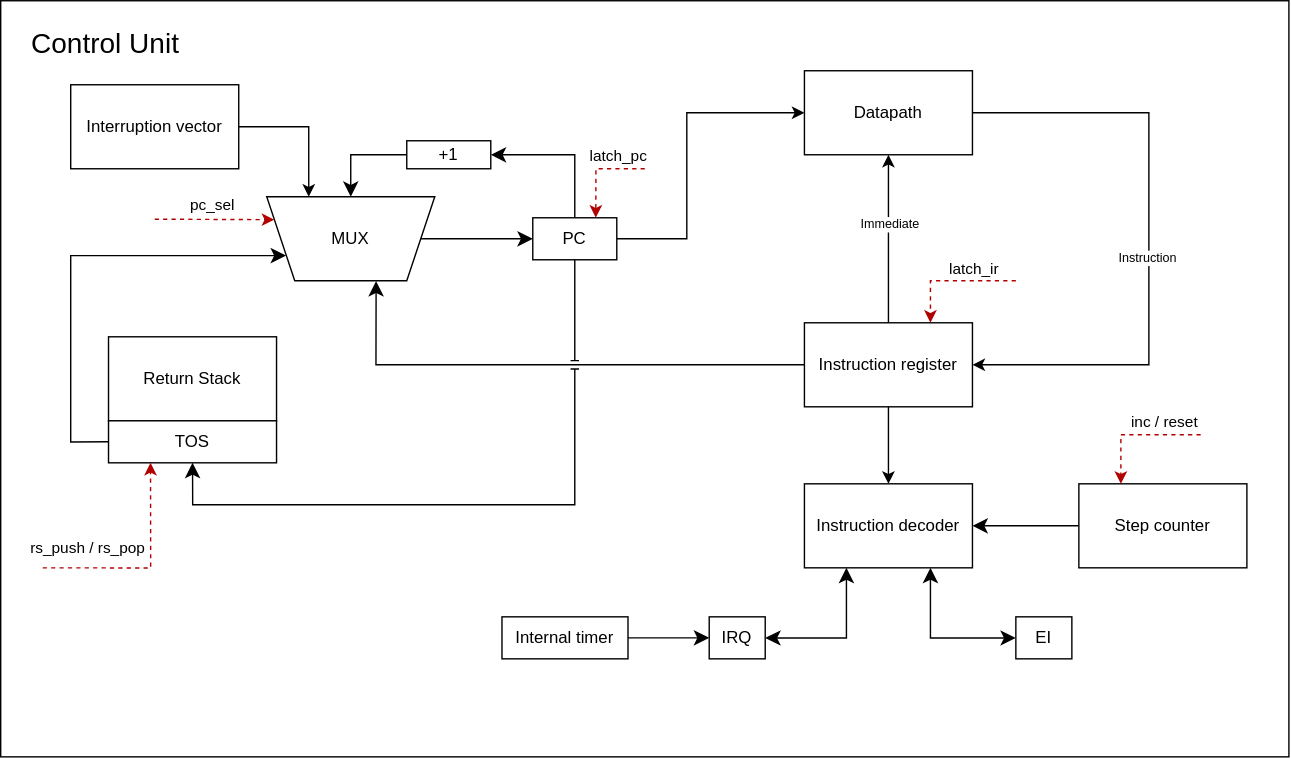
This is scheme/controlunit.svg from bbuubbblleeee/csa_lab4, a draw.io export, as it was before one commit. Source tidied: cells renumbered, new cells last; positions are measured from the earlier drawing's top-left corner, leaving out a move shared by most shapes. Its diagram source:
```xml
<mxGraphModel>
  <root>
    <mxCell id="0" />
    <mxCell id="1" parent="0" />
    <mxCell id="2" style="rounded=0;whiteSpace=wrap;html=1;" parent="1" vertex="1">
      <mxGeometry width="920" height="540" as="geometry" />
    </mxCell>
    <mxCell id="3" style="edgeStyle=orthogonalEdgeStyle;rounded=0;jettySize=auto;html=1;entryX=0.349;entryY=-0.004;entryDx=0;entryDy=0;fontSize=12;startSize=8;endSize=8;jumpStyle=line;shadow=0;flowAnimation=0;entryPerimeter=0;exitX=0;exitY=0.5;exitDx=0;exitDy=0;" parent="1" edge="1" source="7" target="17">
      <mxGeometry relative="1" as="geometry">
        <Array as="points">
          <mxPoint x="268" y="260" />
        </Array>
      </mxGeometry>
    </mxCell>
    <mxCell id="4" style="edgeStyle=orthogonalEdgeStyle;rounded=0;jettySize=auto;html=1;entryX=0.5;entryY=0;entryDx=0;entryDy=0;" parent="1" edge="1" source="7" target="14">
      <mxGeometry relative="1" as="geometry" />
    </mxCell>
    <mxCell id="5" style="edgeStyle=orthogonalEdgeStyle;rounded=0;jettySize=auto;html=1;entryX=0.5;entryY=1;entryDx=0;entryDy=0;" parent="1" edge="1" source="7" target="32">
      <mxGeometry relative="1" as="geometry" />
    </mxCell>
    <mxCell id="6" value="Immediate" style="edgeLabel;html=1;align=center;verticalAlign=middle;fontSize=9;" parent="5" vertex="1">
      <mxGeometry x="0.19" relative="1" as="geometry" />
    </mxCell>
    <mxCell id="7" value="Instruction register" style="rounded=0;whiteSpace=wrap;html=1;" parent="1" vertex="1">
      <mxGeometry x="574" y="230" width="120" height="60" as="geometry" />
    </mxCell>
    <mxCell id="8" style="edgeStyle=orthogonalEdgeStyle;rounded=0;jettySize=auto;html=1;exitX=0.5;exitY=0;exitDx=0;exitDy=0;fontSize=12;startSize=8;endSize=8;shadow=0;flowAnimation=0;entryX=1;entryY=0.5;entryDx=0;entryDy=0;" parent="1" edge="1" source="11" target="20">
      <mxGeometry relative="1" as="geometry">
        <Array as="points">
          <mxPoint x="410" y="110" />
        </Array>
      </mxGeometry>
    </mxCell>
    <mxCell id="9" style="edgeStyle=orthogonalEdgeStyle;rounded=0;jettySize=auto;html=1;entryX=0.5;entryY=1;entryDx=0;entryDy=0;fontSize=12;startSize=8;endSize=8;jumpStyle=line;shadow=0;flowAnimation=0;" parent="1" edge="1" source="11" target="29">
      <mxGeometry relative="1" as="geometry">
        <Array as="points">
          <mxPoint x="410" y="360" />
          <mxPoint x="137" y="360" />
        </Array>
      </mxGeometry>
    </mxCell>
    <mxCell id="10" style="edgeStyle=orthogonalEdgeStyle;rounded=0;jettySize=auto;html=1;entryX=0;entryY=0.5;entryDx=0;entryDy=0;" parent="1" edge="1" source="11" target="32">
      <mxGeometry relative="1" as="geometry">
        <Array as="points">
          <mxPoint x="490" y="170" />
          <mxPoint x="490" y="80" />
        </Array>
      </mxGeometry>
    </mxCell>
    <mxCell id="11" value="PC" style="rounded=0;whiteSpace=wrap;html=1;" parent="1" vertex="1">
      <mxGeometry x="380" y="155" width="60" height="30" as="geometry" />
    </mxCell>
    <mxCell id="12" value="Return Stack" style="rounded=0;whiteSpace=wrap;html=1;" parent="1" vertex="1">
      <mxGeometry x="77" y="240" width="120" height="60" as="geometry" />
    </mxCell>
    <mxCell id="13" style="edgeStyle=orthogonalEdgeStyle;rounded=0;jettySize=auto;html=1;entryX=0;entryY=0.5;entryDx=0;entryDy=0;fontSize=12;startSize=8;endSize=8;endArrow=none;endFill=0;startArrow=classic;startFill=1;shadow=0;flowAnimation=0;" parent="1" edge="1" source="14" target="15">
      <mxGeometry relative="1" as="geometry" />
    </mxCell>
    <mxCell id="14" value="Instruction decoder" style="rounded=0;whiteSpace=wrap;html=1;" parent="1" vertex="1">
      <mxGeometry x="574" y="345" width="120" height="60" as="geometry" />
    </mxCell>
    <mxCell id="15" value="Step counter" style="rounded=0;whiteSpace=wrap;html=1;" parent="1" vertex="1">
      <mxGeometry x="770" y="345" width="120" height="60" as="geometry" />
    </mxCell>
    <mxCell id="16" style="edgeStyle=orthogonalEdgeStyle;rounded=0;jettySize=auto;html=1;entryX=0;entryY=0.5;entryDx=0;entryDy=0;fontSize=12;startSize=8;endSize=8;shadow=0;flowAnimation=0;exitX=0;exitY=0.5;exitDx=0;exitDy=0;" parent="1" edge="1" source="17" target="11">
      <mxGeometry relative="1" as="geometry">
        <Array as="points">
          <mxPoint x="340" y="170" />
          <mxPoint x="340" y="170" />
        </Array>
      </mxGeometry>
    </mxCell>
    <mxCell id="17" value="MUX" style="shape=trapezoid;perimeter=trapezoidPerimeter;whiteSpace=wrap;html=1;fixedSize=1;direction=west;" parent="1" vertex="1">
      <mxGeometry x="190" y="140" width="120" height="60" as="geometry" />
    </mxCell>
    <mxCell id="18" style="edgeStyle=none;curved=1;rounded=0;orthogonalLoop=1;jettySize=auto;html=1;exitX=0.5;exitY=1;exitDx=0;exitDy=0;fontSize=12;startSize=8;endSize=8;shadow=0;flowAnimation=0;" parent="1" edge="1" source="17" target="17">
      <mxGeometry relative="1" as="geometry" />
    </mxCell>
    <mxCell id="19" style="edgeStyle=orthogonalEdgeStyle;rounded=0;jettySize=auto;html=1;entryX=0.5;entryY=1;entryDx=0;entryDy=0;fontSize=12;startSize=8;endSize=8;shadow=0;flowAnimation=0;exitX=0;exitY=0.5;exitDx=0;exitDy=0;" parent="1" edge="1" source="20" target="17">
      <mxGeometry relative="1" as="geometry" />
    </mxCell>
    <mxCell id="20" value="+1" style="rounded=0;whiteSpace=wrap;html=1;" parent="1" vertex="1">
      <mxGeometry x="290" y="100" width="60" height="20" as="geometry" />
    </mxCell>
    <mxCell id="21" style="edgeStyle=orthogonalEdgeStyle;rounded=0;jettySize=auto;html=1;entryX=0.25;entryY=1;entryDx=0;entryDy=0;fontSize=12;startSize=8;endSize=8;startArrow=classic;startFill=1;shadow=0;flowAnimation=0;" parent="1" edge="1" source="22" target="14">
      <mxGeometry relative="1" as="geometry" />
    </mxCell>
    <mxCell id="22" value="IRQ" style="rounded=0;whiteSpace=wrap;html=1;" parent="1" vertex="1">
      <mxGeometry x="506" y="440" width="40" height="30" as="geometry" />
    </mxCell>
    <mxCell id="23" style="edgeStyle=orthogonalEdgeStyle;rounded=0;jettySize=auto;html=1;entryX=0.75;entryY=1;entryDx=0;entryDy=0;fontSize=12;startSize=8;endSize=8;startArrow=classic;startFill=1;shadow=0;flowAnimation=0;" parent="1" edge="1" source="24" target="14">
      <mxGeometry relative="1" as="geometry" />
    </mxCell>
    <mxCell id="24" value="EI" style="rounded=0;whiteSpace=wrap;html=1;" parent="1" vertex="1">
      <mxGeometry x="725" y="440" width="40" height="30" as="geometry" />
    </mxCell>
    <mxCell id="25" style="edgeStyle=orthogonalEdgeStyle;rounded=0;jettySize=auto;html=1;fontSize=12;startSize=8;endSize=8;shadow=0;flowAnimation=0;" parent="1" edge="1" source="26" target="22">
      <mxGeometry relative="1" as="geometry" />
    </mxCell>
    <mxCell id="26" value="Internal timer" style="rounded=0;whiteSpace=wrap;html=1;" parent="1" vertex="1">
      <mxGeometry x="358" y="440" width="90" height="30" as="geometry" />
    </mxCell>
    <mxCell id="27" value="Interruption vector" style="rounded=0;whiteSpace=wrap;html=1;" parent="1" vertex="1">
      <mxGeometry x="50" y="60" width="120" height="60" as="geometry" />
    </mxCell>
    <mxCell id="28" style="edgeStyle=orthogonalEdgeStyle;rounded=0;jettySize=auto;html=1;entryX=1;entryY=0.25;entryDx=0;entryDy=0;fontSize=12;startSize=8;endSize=8;shadow=0;flowAnimation=0;exitX=0;exitY=0.5;exitDx=0;exitDy=0;" parent="1" edge="1" source="29" target="17">
      <mxGeometry relative="1" as="geometry">
        <Array as="points">
          <mxPoint x="50" y="315" />
          <mxPoint x="50" y="182" />
          <mxPoint x="204" y="182" />
        </Array>
      </mxGeometry>
    </mxCell>
    <mxCell id="29" value="TOS" style="rounded=0;whiteSpace=wrap;html=1;" parent="1" vertex="1">
      <mxGeometry x="77" y="300" width="120" height="30" as="geometry" />
    </mxCell>
    <mxCell id="30" style="edgeStyle=orthogonalEdgeStyle;rounded=0;jettySize=auto;html=1;entryX=1;entryY=0.5;entryDx=0;entryDy=0;" parent="1" edge="1" source="32" target="7">
      <mxGeometry relative="1" as="geometry">
        <Array as="points">
          <mxPoint x="820" y="80" />
          <mxPoint x="820" y="260" />
        </Array>
      </mxGeometry>
    </mxCell>
    <mxCell id="31" value="Instruction" style="edgeLabel;html=1;align=center;verticalAlign=middle;fontSize=9;" parent="30" vertex="1">
      <mxGeometry x="0.06" y="-2" relative="1" as="geometry" />
    </mxCell>
    <mxCell id="32" value="Datapath" style="rounded=0;whiteSpace=wrap;html=1;" parent="1" vertex="1">
      <mxGeometry x="574" y="50" width="120" height="60" as="geometry" />
    </mxCell>
    <mxCell id="33" value="&lt;font style=&quot;font-size: 20px;&quot;&gt;Control Unit&lt;/font&gt;" style="text;html=1;whiteSpace=wrap;strokeColor=none;fillColor=none;align=center;verticalAlign=middle;rounded=0;" parent="1" vertex="1">
      <mxGeometry y="10" width="150" height="40" as="geometry" />
    </mxCell>
    <mxCell id="34" style="edgeStyle=orthogonalEdgeStyle;rounded=0;jettySize=auto;html=1;entryX=0.75;entryY=1;entryDx=0;entryDy=0;exitX=1;exitY=0.5;exitDx=0;exitDy=0;" parent="1" edge="1" source="27" target="17">
      <mxGeometry relative="1" as="geometry">
        <Array as="points">
          <mxPoint x="220" y="90" />
        </Array>
      </mxGeometry>
    </mxCell>
    <mxCell id="35" style="endArrow=classic;html=1;rounded=0;entryX=1;entryY=0.75;entryDx=0;entryDy=0;fillColor=#e51400;strokeColor=#B20000;dashed=1;" parent="1" edge="1" target="17">
      <mxGeometry relative="1" as="geometry">
        <mxPoint x="110" y="156" as="sourcePoint" />
      </mxGeometry>
    </mxCell>
    <mxCell id="36" value="&lt;font style=&quot;color: light-dark(rgb(0, 0, 0), rgb(255, 153, 153));&quot;&gt;pc_sel&lt;/font&gt;" style="edgeLabel;html=1;align=center;verticalAlign=middle;" parent="35" vertex="1">
      <mxGeometry x="-0.05" y="11" relative="1" as="geometry" />
    </mxCell>
    <mxCell id="37" style="endArrow=classic;html=1;rounded=0;entryX=0.25;entryY=1;entryDx=0;entryDy=0;edgeStyle=orthogonalEdgeStyle;fillColor=#e51400;strokeColor=#B20000;dashed=1;" parent="1" edge="1" target="29">
      <mxGeometry relative="1" as="geometry">
        <mxPoint x="30" y="405" as="sourcePoint" />
      </mxGeometry>
    </mxCell>
    <mxCell id="38" value="&lt;font style=&quot;color: light-dark(rgb(0, 0, 0), rgb(255, 153, 153));&quot;&gt;rs_push / rs_pop&lt;/font&gt;" style="edgeLabel;html=1;align=center;verticalAlign=middle;" parent="37" vertex="1">
      <mxGeometry x="-0.45" y="24" relative="1" as="geometry">
        <mxPoint x="-11" y="9" as="offset" />
      </mxGeometry>
    </mxCell>
    <mxCell id="39" style="endArrow=classic;html=1;rounded=0;entryX=0.75;entryY=0;entryDx=0;entryDy=0;edgeStyle=orthogonalEdgeStyle;fillColor=#e51400;strokeColor=#B20000;dashed=1;" parent="1" edge="1" target="11">
      <mxGeometry relative="1" as="geometry">
        <mxPoint x="460" y="120" as="sourcePoint" />
        <Array as="points">
          <mxPoint x="450" y="120" />
          <mxPoint x="425" y="120" />
        </Array>
      </mxGeometry>
    </mxCell>
    <mxCell id="40" value="&lt;font style=&quot;color: light-dark(rgb(0, 0, 0), rgb(255, 153, 153));&quot;&gt;latch_pc&lt;/font&gt;" style="edgeLabel;html=1;align=center;verticalAlign=middle;" parent="39" vertex="1">
      <mxGeometry x="-0.7" y="1" relative="1" as="geometry">
        <mxPoint x="-9" y="-11" as="offset" />
      </mxGeometry>
    </mxCell>
    <mxCell id="41" style="endArrow=classic;html=1;rounded=0;entryX=0.75;entryY=0;entryDx=0;entryDy=0;edgeStyle=orthogonalEdgeStyle;fillColor=#e51400;strokeColor=#B20000;dashed=1;" parent="1" edge="1" target="7">
      <mxGeometry relative="1" as="geometry">
        <mxPoint x="725" y="200" as="sourcePoint" />
      </mxGeometry>
    </mxCell>
    <mxCell id="42" value="&lt;font style=&quot;color: light-dark(rgb(0, 0, 0), rgb(255, 153, 153));&quot;&gt;latch_ir&lt;/font&gt;" style="edgeLabel;html=1;align=center;verticalAlign=middle;" parent="41" vertex="1">
      <mxGeometry x="-0.33" y="-9" relative="1" as="geometry" />
    </mxCell>
    <mxCell id="43" style="endArrow=classic;html=1;rounded=0;entryX=0.25;entryY=0;entryDx=0;entryDy=0;edgeStyle=orthogonalEdgeStyle;fillColor=#e51400;strokeColor=#B20000;dashed=1;" parent="1" edge="1" target="15">
      <mxGeometry relative="1" as="geometry">
        <mxPoint x="857" y="310" as="sourcePoint" />
        <Array as="points">
          <mxPoint x="800" y="310" />
        </Array>
      </mxGeometry>
    </mxCell>
    <mxCell id="44" value="&lt;font style=&quot;color: light-dark(rgb(0, 0, 0), rgb(255, 153, 153));&quot;&gt;inc /&amp;nbsp;&lt;span style=&quot;background-color: light-dark(#ffffff, var(--ge-dark-color, #121212));&quot;&gt;reset&lt;/span&gt;&lt;/font&gt;" style="edgeLabel;html=1;align=center;verticalAlign=middle;" parent="43" vertex="1">
      <mxGeometry x="-0.41" y="-15" relative="1" as="geometry">
        <mxPoint y="5" as="offset" />
      </mxGeometry>
    </mxCell>
  </root>
</mxGraphModel>
```
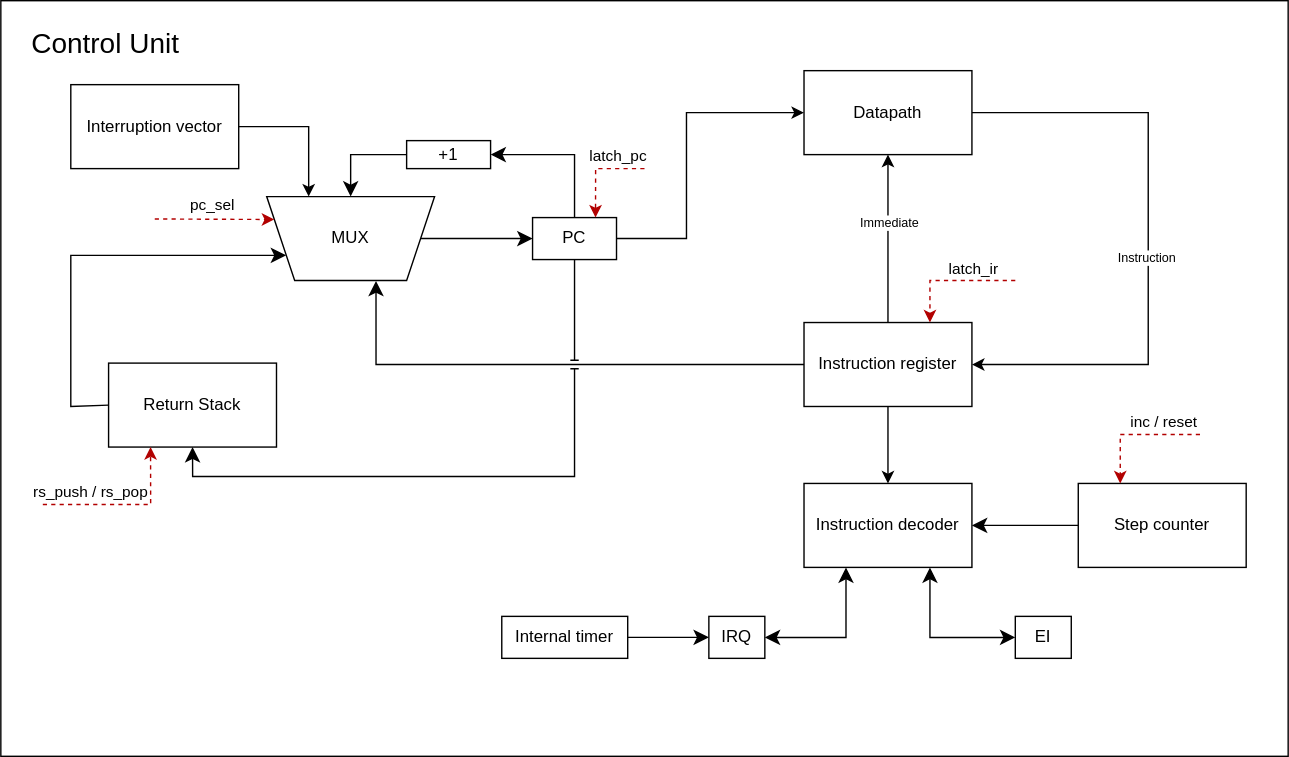
Later version of the same file.

What changed in the source:
```diff
@@ -31,11 +31,11 @@
         </Array>
       </mxGeometry>
     </mxCell>
-    <mxCell id="9" style="edgeStyle=orthogonalEdgeStyle;rounded=0;jettySize=auto;html=1;entryX=0.5;entryY=1;entryDx=0;entryDy=0;fontSize=12;startSize=8;endSize=8;jumpStyle=line;shadow=0;flowAnimation=0;" parent="1" edge="1" source="11" target="29">
+    <mxCell id="9" style="edgeStyle=orthogonalEdgeStyle;rounded=0;jettySize=auto;html=1;entryX=0.5;entryY=1;entryDx=0;entryDy=0;fontSize=12;startSize=8;endSize=8;jumpStyle=line;shadow=0;flowAnimation=0;" parent="1" edge="1" source="11" target="12">
       <mxGeometry relative="1" as="geometry">
         <Array as="points">
-          <mxPoint x="410" y="360" />
-          <mxPoint x="137" y="360" />
+          <mxPoint x="410" y="340" />
+          <mxPoint x="137" y="340" />
         </Array>
       </mxGeometry>
     </mxCell>
@@ -51,7 +51,7 @@
       <mxGeometry x="380" y="155" width="60" height="30" as="geometry" />
     </mxCell>
     <mxCell id="12" value="Return Stack" style="rounded=0;whiteSpace=wrap;html=1;" parent="1" vertex="1">
-      <mxGeometry x="77" y="240" width="120" height="60" as="geometry" />
+      <mxGeometry x="77" y="259" width="120" height="60" as="geometry" />
     </mxCell>
     <mxCell id="13" style="edgeStyle=orthogonalEdgeStyle;rounded=0;jettySize=auto;html=1;entryX=0;entryY=0.5;entryDx=0;entryDy=0;fontSize=12;startSize=8;endSize=8;endArrow=none;endFill=0;startArrow=classic;startFill=1;shadow=0;flowAnimation=0;" parent="1" edge="1" source="14" target="15">
       <mxGeometry relative="1" as="geometry" />
@@ -103,18 +103,16 @@
     <mxCell id="27" value="Interruption vector" style="rounded=0;whiteSpace=wrap;html=1;" parent="1" vertex="1">
       <mxGeometry x="50" y="60" width="120" height="60" as="geometry" />
     </mxCell>
-    <mxCell id="28" style="edgeStyle=orthogonalEdgeStyle;rounded=0;jettySize=auto;html=1;entryX=1;entryY=0.25;entryDx=0;entryDy=0;fontSize=12;startSize=8;endSize=8;shadow=0;flowAnimation=0;exitX=0;exitY=0.5;exitDx=0;exitDy=0;" parent="1" edge="1" source="29" target="17">
+    <mxCell id="28" style="edgeStyle=orthogonalEdgeStyle;rounded=0;jettySize=auto;html=1;entryX=1;entryY=0.25;entryDx=0;entryDy=0;fontSize=12;startSize=8;endSize=8;shadow=0;flowAnimation=0;exitX=0;exitY=0.5;exitDx=0;exitDy=0;" parent="1" edge="1" source="12" target="17">
       <mxGeometry relative="1" as="geometry">
         <Array as="points">
-          <mxPoint x="50" y="315" />
+          <mxPoint x="77" y="290" />
+          <mxPoint x="50" y="290" />
           <mxPoint x="50" y="182" />
           <mxPoint x="204" y="182" />
         </Array>
       </mxGeometry>
     </mxCell>
-    <mxCell id="29" value="TOS" style="rounded=0;whiteSpace=wrap;html=1;" parent="1" vertex="1">
-      <mxGeometry x="77" y="300" width="120" height="30" as="geometry" />
-    </mxCell>
     <mxCell id="30" style="edgeStyle=orthogonalEdgeStyle;rounded=0;jettySize=auto;html=1;entryX=1;entryY=0.5;entryDx=0;entryDy=0;" parent="1" edge="1" source="32" target="7">
       <mxGeometry relative="1" as="geometry">
         <Array as="points">
@@ -147,14 +145,18 @@
     <mxCell id="36" value="&lt;font style=&quot;color: light-dark(rgb(0, 0, 0), rgb(255, 153, 153));&quot;&gt;pc_sel&lt;/font&gt;" style="edgeLabel;html=1;align=center;verticalAlign=middle;" parent="35" vertex="1">
       <mxGeometry x="-0.05" y="11" relative="1" as="geometry" />
     </mxCell>
-    <mxCell id="37" style="endArrow=classic;html=1;rounded=0;entryX=0.25;entryY=1;entryDx=0;entryDy=0;edgeStyle=orthogonalEdgeStyle;fillColor=#e51400;strokeColor=#B20000;dashed=1;" parent="1" edge="1" target="29">
+    <mxCell id="37" style="endArrow=classic;html=1;rounded=0;entryX=0.25;entryY=1;entryDx=0;entryDy=0;edgeStyle=orthogonalEdgeStyle;fillColor=#e51400;strokeColor=#B20000;dashed=1;" parent="1" edge="1" target="12">
       <mxGeometry relative="1" as="geometry">
-        <mxPoint x="30" y="405" as="sourcePoint" />
+        <mxPoint x="30" y="360" as="sourcePoint" />
+        <Array as="points">
+          <mxPoint x="30" y="360" />
+          <mxPoint x="107" y="360" />
+        </Array>
       </mxGeometry>
     </mxCell>
     <mxCell id="38" value="&lt;font style=&quot;color: light-dark(rgb(0, 0, 0), rgb(255, 153, 153));&quot;&gt;rs_push / rs_pop&lt;/font&gt;" style="edgeLabel;html=1;align=center;verticalAlign=middle;" parent="37" vertex="1">
       <mxGeometry x="-0.45" y="24" relative="1" as="geometry">
-        <mxPoint x="-11" y="9" as="offset" />
+        <mxPoint x="1" y="14" as="offset" />
       </mxGeometry>
     </mxCell>
     <mxCell id="39" style="endArrow=classic;html=1;rounded=0;entryX=0.75;entryY=0;entryDx=0;entryDy=0;edgeStyle=orthogonalEdgeStyle;fillColor=#e51400;strokeColor=#B20000;dashed=1;" parent="1" edge="1" target="11">
```
